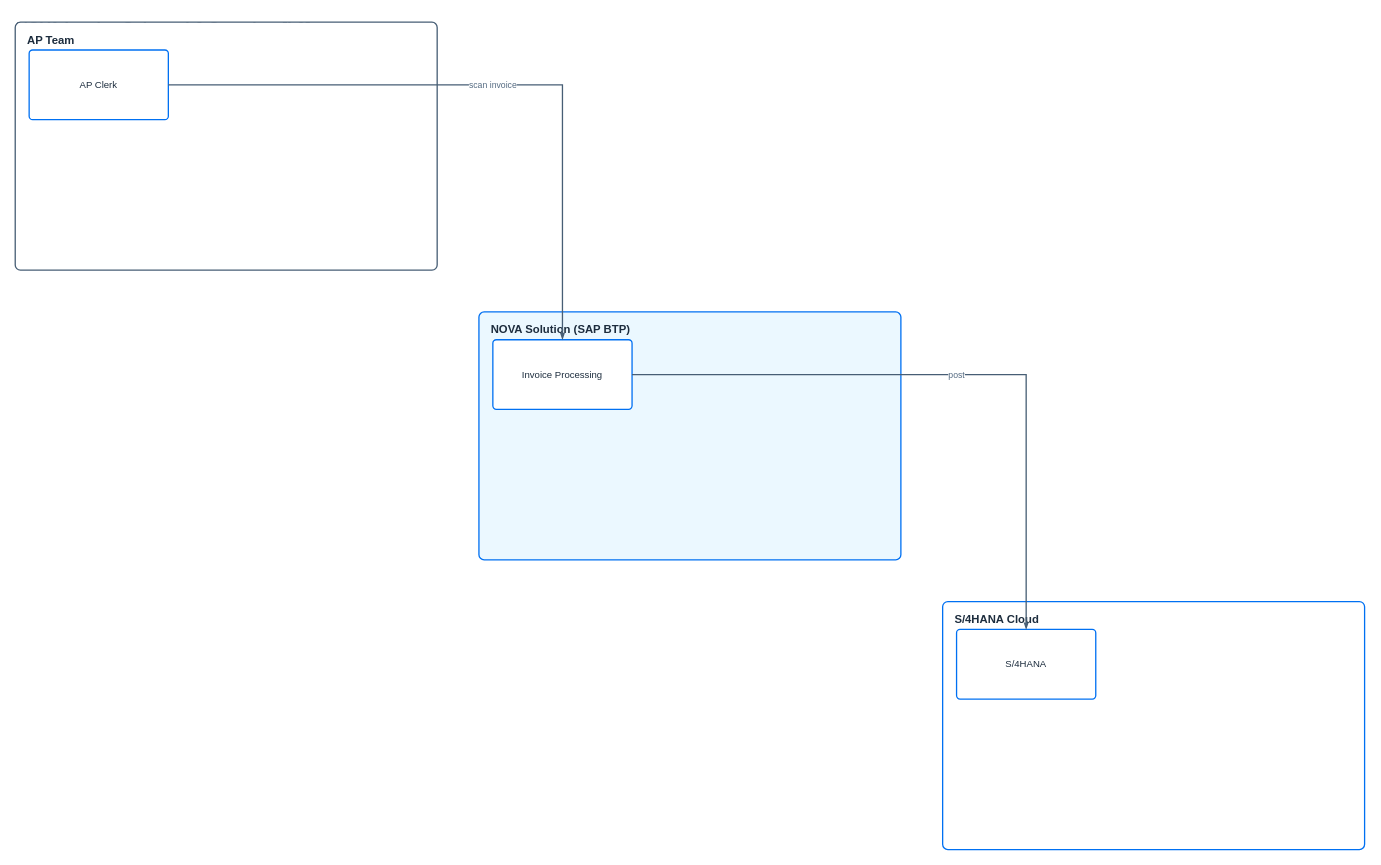
Raistlin82/sap-diagrams-pro keeps this draw.io diagram as skills/sap-diagram-generate/templates/L0-base.drawio. Above is the earlier version. Source tidied: cells renumbered, new cells numbered last; positions are measured from the earlier drawing's top-left corner, leaving out a move shared by most shapes. Both pictures are drawn from the tidied source at 87%, with x=0, y=0 at pixel (15, 15).
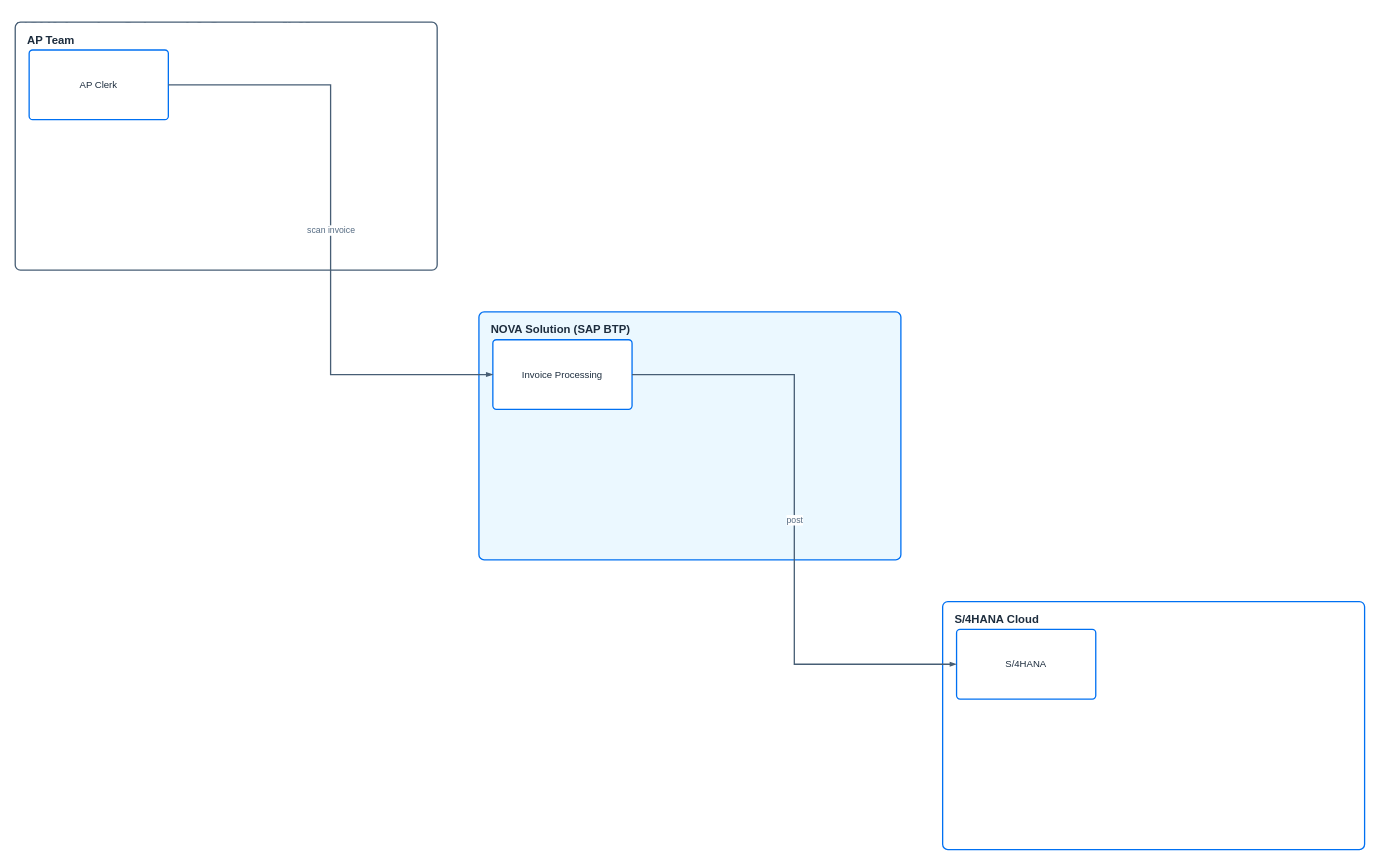
After the change.

The edit, as a diff of the source:
```diff
@@
 <mxGraphModel>
   <root>
     <mxCell id="0" />
     <mxCell id="1" parent="0" />
     <mxCell id="2" value="NOVA Invoice Suite — L0 Overview [L0]" style="text;html=1;align=left;verticalAlign=middle;fontColor=#1D2D3E;fontSize=18;fontStyle=1;" parent="1" vertex="1">
       <mxGeometry width="800" height="32" as="geometry" />
     </mxCell>
     <mxCell id="3" value="AP Team" style="rounded=1;whiteSpace=wrap;html=1;strokeColor=#475E75;fillColor=#FFFFFF;arcSize=12;absoluteArcSize=1;strokeWidth=1.5;verticalAlign=top;align=left;fontColor=#1D2D3E;fontStyle=1;fontSize=13;spacingLeft=12;spacingTop=6;" parent="1" vertex="1">
       <mxGeometry y="8" width="485" height="285" as="geometry" />
     </mxCell>
     <mxCell id="4" value="NOVA Solution (SAP BTP)" style="rounded=1;whiteSpace=wrap;html=1;strokeColor=#0070F2;fillColor=#EBF8FF;arcSize=12;absoluteArcSize=1;strokeWidth=1.5;verticalAlign=top;align=left;fontColor=#1D2D3E;fontStyle=1;fontSize=13;spacingLeft=12;spacingTop=6;" parent="1" vertex="1">
       <mxGeometry x="533" y="341" width="485" height="285" as="geometry" />
     </mxCell>
     <mxCell id="5" value="S/4HANA Cloud" style="rounded=1;whiteSpace=wrap;html=1;strokeColor=#0070F2;fillColor=#FFFFFF;arcSize=12;absoluteArcSize=1;strokeWidth=1.5;verticalAlign=top;align=left;fontColor=#1D2D3E;fontStyle=1;fontSize=13;spacingLeft=12;spacingTop=6;" parent="1" vertex="1">
       <mxGeometry x="1066" y="674" width="485" height="285" as="geometry" />
     </mxCell>
-    <mxCell id="6" value="AP Clerk" style="rounded=1;whiteSpace=wrap;html=1;strokeColor=#0070F2;fillColor=#FFFFFF;arcSize=8;absoluteArcSize=1;strokeWidth=1.5;fontColor=#1D2D3E;fontSize=11;align=center;verticalAlign=middle;" parent="1" vertex="1">
-      <mxGeometry x="16" y="40" width="160" height="80" as="geometry" />
+    <mxCell id="6" value="AP Clerk" style="rounded=1;whiteSpace=wrap;html=1;strokeColor=#0070F2;fillColor=#FFFFFF;arcSize=8;absoluteArcSize=1;strokeWidth=1.5;fontColor=#1D2D3E;fontSize=11;align=center;verticalAlign=middle;" parent="3" vertex="1">
+      <mxGeometry x="16" y="32" width="160" height="80" as="geometry" />
     </mxCell>
-    <mxCell id="7" value="Invoice Processing" style="rounded=1;whiteSpace=wrap;html=1;strokeColor=#0070F2;fillColor=#FFFFFF;arcSize=8;absoluteArcSize=1;strokeWidth=1.5;fontColor=#1D2D3E;fontSize=11;align=center;verticalAlign=middle;" parent="1" vertex="1">
-      <mxGeometry x="549" y="373" width="160" height="80" as="geometry" />
+    <mxCell id="7" value="Invoice Processing" style="rounded=1;whiteSpace=wrap;html=1;strokeColor=#0070F2;fillColor=#FFFFFF;arcSize=8;absoluteArcSize=1;strokeWidth=1.5;fontColor=#1D2D3E;fontSize=11;align=center;verticalAlign=middle;" parent="4" vertex="1">
+      <mxGeometry x="16" y="32" width="160" height="80" as="geometry" />
     </mxCell>
-    <mxCell id="8" value="S/4HANA" style="rounded=1;whiteSpace=wrap;html=1;strokeColor=#0070F2;fillColor=#FFFFFF;arcSize=8;absoluteArcSize=1;strokeWidth=1.5;fontColor=#1D2D3E;fontSize=11;align=center;verticalAlign=middle;" parent="1" vertex="1">
-      <mxGeometry x="1082" y="706" width="160" height="80" as="geometry" />
+    <mxCell id="8" value="S/4HANA" style="rounded=1;whiteSpace=wrap;html=1;strokeColor=#0070F2;fillColor=#FFFFFF;arcSize=8;absoluteArcSize=1;strokeWidth=1.5;fontColor=#1D2D3E;fontSize=11;align=center;verticalAlign=middle;" parent="5" vertex="1">
+      <mxGeometry x="16" y="32" width="160" height="80" as="geometry" />
     </mxCell>
-    <mxCell id="9" value="scan invoice" style="edgeStyle=orthogonalEdgeStyle;rounded=0;jettySize=auto;html=1;endArrow=blockThin;endFill=1;endSize=4;startSize=4;strokeColor=#475E75;strokeWidth=1.5;dashed=0;fontSize=10;fontColor=#556B82;labelBackgroundColor=#FFFFFF;" parent="1" edge="1" source="6" target="7">
+    <mxCell id="9" value="scan invoice" style="edgeStyle=orthogonalEdgeStyle;rounded=0;jettySize=auto;html=1;endArrow=blockThin;endFill=1;endSize=4;startSize=4;strokeColor=#475E75;strokeWidth=1.5;dashed=0;fontSize=10;fontColor=#556B82;labelBackgroundColor=#FFFFFF;exitX=1.0;exitY=0.5;exitDx=0;exitDy=0;entryX=0.0;entryY=0.5;entryDx=0;entryDy=0;" parent="1" edge="1" source="6" target="7">
       <mxGeometry relative="1" as="geometry" />
     </mxCell>
-    <mxCell id="10" value="post" style="edgeStyle=orthogonalEdgeStyle;rounded=0;jettySize=auto;html=1;endArrow=blockThin;endFill=1;endSize=4;startSize=4;strokeColor=#475E75;strokeWidth=1.5;dashed=0;fontSize=10;fontColor=#556B82;labelBackgroundColor=#FFFFFF;" parent="1" edge="1" source="7" target="8">
+    <mxCell id="10" value="post" style="edgeStyle=orthogonalEdgeStyle;rounded=0;jettySize=auto;html=1;endArrow=blockThin;endFill=1;endSize=4;startSize=4;strokeColor=#475E75;strokeWidth=1.5;dashed=0;fontSize=10;fontColor=#556B82;labelBackgroundColor=#FFFFFF;exitX=1.0;exitY=0.5;exitDx=0;exitDy=0;entryX=0.0;entryY=0.5;entryDx=0;entryDy=0;" parent="1" edge="1" source="7" target="8">
       <mxGeometry relative="1" as="geometry" />
     </mxCell>
   </root>
 </mxGraphModel>
```
